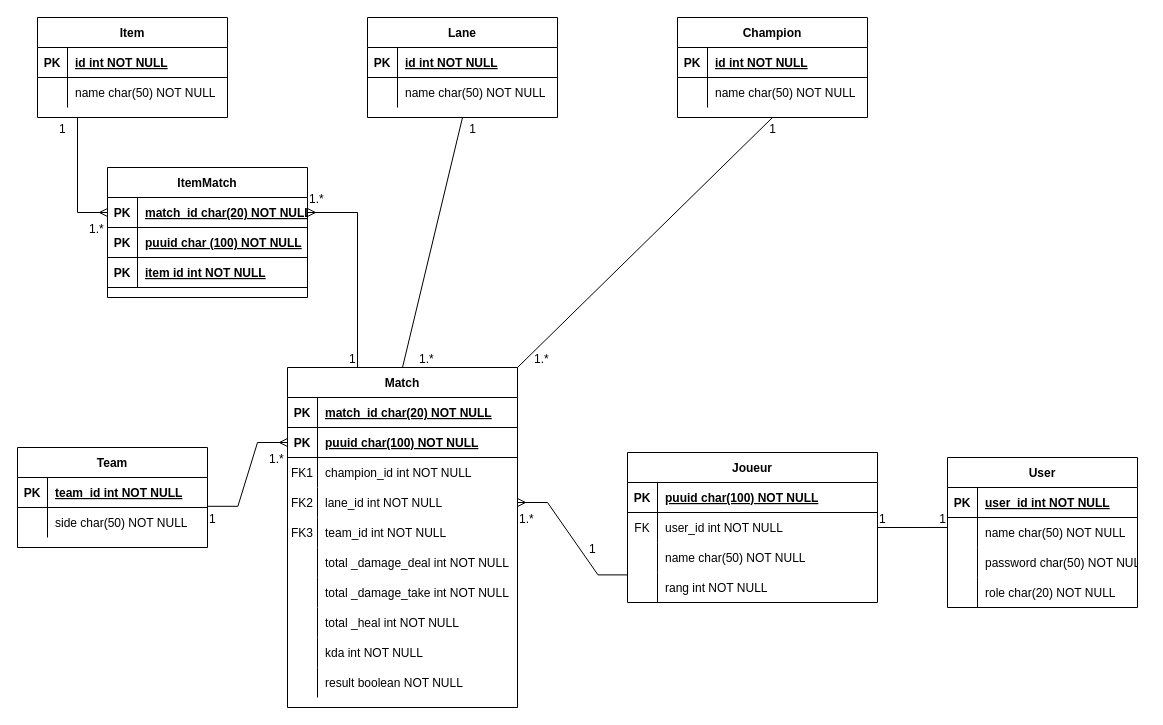
The draw.io diagram Image Prod/Diagramme de donnees.drawio in Niyo-D-JC/HelpWork, before the edit. Source tidied: cells renumbered, new cells numbered last; positions are measured from the earlier drawing's top-left corner, leaving out a move shared by most shapes. Both pictures are drawn from the tidied source at 100%, with x=0, y=0 at pixel (17, 17).
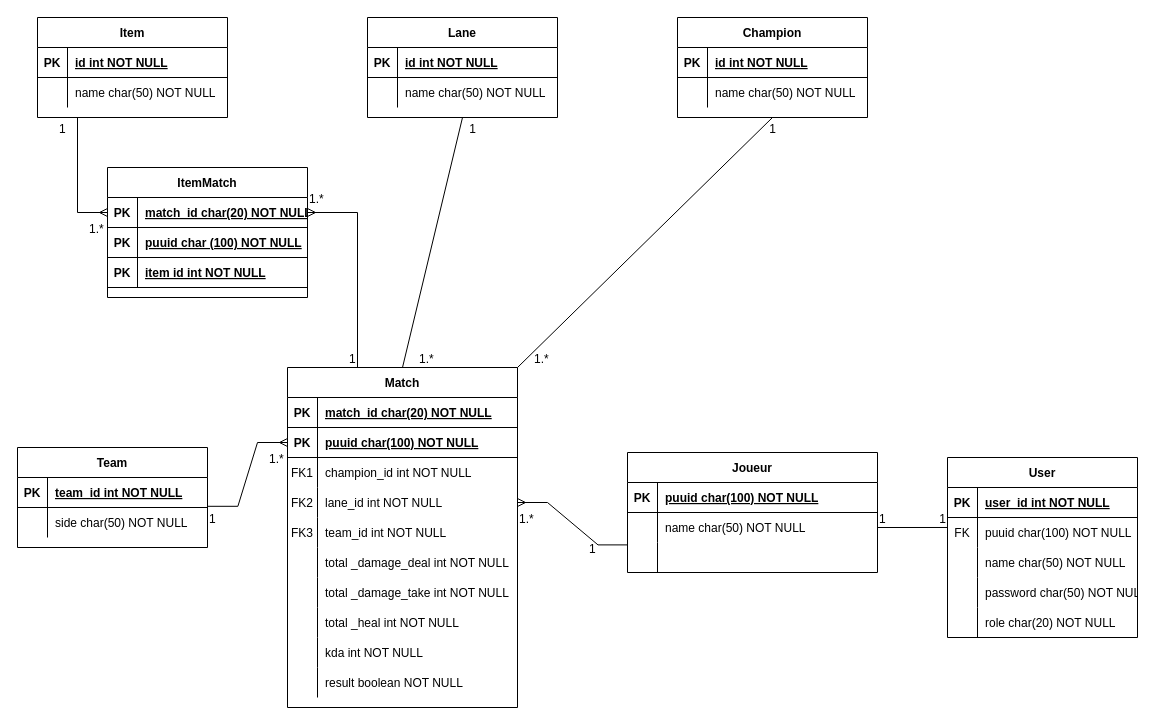
The same page after the edit.

Commit message:
Mettre à jour Diagramme de donnees.drawio

The change refers to these unchanged cells:
```xml
<mxCell id="26" style="shape=partialRectangle;fillColor=none;points=[[0,0.5],[1,0.5]];portConstraint=eastwest;top=0;left=0;right=0;bottom=0;" parent="22" vertex="1">
  <mxGeometry y="60" width="190" height="30" as="geometry" />
</mxCell>
```

What changed in the source:
```diff
@@
     <mxCell id="2" value="Joueur" style="shape=table;startSize=30;childLayout=tableLayout;rowLines=0;fontStyle=1;align=center;" parent="1" vertex="1">
-      <mxGeometry x="610" y="435" width="250" height="150" as="geometry" />
+      <mxGeometry x="610" y="435" width="250" height="120" as="geometry" />
     </mxCell>
@@
-    <mxCell id="6" style="shape=partialRectangle;fillColor=none;points=[[0,0.5],[1,0.5]];portConstraint=eastwest;top=0;left=0;right=0;bottom=0;" parent="2" vertex="1">
-      <mxGeometry y="60" width="250" height="30" as="geometry" />
-    </mxCell>
-    <mxCell id="7" value="FK" style="shape=partialRectangle;overflow=hidden;fillColor=none;top=0;left=0;bottom=0;right=0;" parent="6" vertex="1">
-      <mxGeometry width="30" height="30" as="geometry" />
-    </mxCell>
-    <mxCell id="8" value="user_id int NOT NULL" style="shape=partialRectangle;overflow=hidden;fillColor=none;top=0;left=0;bottom=0;right=0;align=left;spacingLeft=6;" parent="6" vertex="1">
-      <mxGeometry x="30" width="220" height="30" as="geometry" />
-    </mxCell>
     <mxCell id="9" style="shape=partialRectangle;fillColor=none;top=0;left=0;right=0;bottom=0;" parent="2" vertex="1">
-      <mxGeometry y="90" width="250" height="30" as="geometry" />
+      <mxGeometry y="60" width="250" height="30" as="geometry" />
     </mxCell>
@@
     <mxCell id="12" style="shape=partialRectangle;fillColor=none;points=[[0,0.5],[1,0.5]];portConstraint=eastwest;top=0;left=0;right=0;bottom=0;" parent="2" vertex="1">
-      <mxGeometry y="120" width="250" height="30" as="geometry" />
+      <mxGeometry y="90" width="250" height="30" as="geometry" />
     </mxCell>
@@
-    <mxCell id="14" value="rang int NOT NULL" style="shape=partialRectangle;overflow=hidden;fillColor=none;top=0;left=0;bottom=0;right=0;align=left;spacingLeft=6;" parent="12" vertex="1">
+    <mxCell id="14" style="shape=partialRectangle;overflow=hidden;fillColor=none;top=0;left=0;bottom=0;right=0;align=left;spacingLeft=6;" parent="12" vertex="1">
       <mxGeometry x="30" width="220" height="30" as="geometry" />
     </mxCell>
@@
     <mxCell id="22" value="User" style="shape=table;startSize=30;childLayout=tableLayout;rowLines=0;fontStyle=1;align=center;" parent="1" vertex="1">
-      <mxGeometry x="930" y="440" width="190" height="150" as="geometry" />
+      <mxGeometry x="930" y="440" width="190" height="180" as="geometry" />
     </mxCell>
@@
-    <mxCell id="27" style="shape=partialRectangle;overflow=hidden;fillColor=none;top=0;left=0;bottom=0;right=0;" parent="26" vertex="1">
+    <mxCell id="27" value="FK" style="shape=partialRectangle;overflow=hidden;fillColor=none;top=0;left=0;bottom=0;right=0;" parent="26" vertex="1">
       <mxGeometry width="30" height="30" as="geometry" />
     </mxCell>
-    <mxCell id="28" value="name char(50) NOT NULL" style="shape=partialRectangle;overflow=hidden;fillColor=none;top=0;left=0;bottom=0;right=0;align=left;spacingLeft=6;" parent="26" vertex="1">
+    <mxCell id="28" value="puuid char(100) NOT NULL" style="shape=partialRectangle;overflow=hidden;fillColor=none;top=0;left=0;bottom=0;right=0;align=left;spacingLeft=6;" parent="26" vertex="1">
       <mxGeometry x="30" width="160" height="30" as="geometry" />
     </mxCell>
+    <mxCell id="119" style="shape=partialRectangle;fillColor=none;top=0;left=0;right=0;bottom=0;" parent="22" vertex="1">
+      <mxGeometry y="90" width="190" height="30" as="geometry" />
+    </mxCell>
+    <mxCell id="120" style="shape=partialRectangle;overflow=hidden;fillColor=none;top=0;left=0;bottom=0;right=0;" parent="119" vertex="1">
+      <mxGeometry width="30" height="30" as="geometry" />
+    </mxCell>
+    <mxCell id="121" value="name char(50) NOT NULL" style="shape=partialRectangle;overflow=hidden;fillColor=none;top=0;left=0;bottom=0;right=0;align=left;spacingLeft=6;" parent="119" vertex="1">
+      <mxGeometry x="30" width="160" height="30" as="geometry" />
+    </mxCell>
     <mxCell id="29" style="shape=partialRectangle;fillColor=none;top=0;left=0;right=0;bottom=0;" parent="22" vertex="1">
-      <mxGeometry y="90" width="190" height="30" as="geometry" />
+      <mxGeometry y="120" width="190" height="30" as="geometry" />
     </mxCell>
@@
     <mxCell id="32" style="shape=partialRectangle;fillColor=none;top=0;left=0;right=0;bottom=0;" parent="22" vertex="1">
-      <mxGeometry y="120" width="190" height="30" as="geometry" />
+      <mxGeometry y="150" width="190" height="30" as="geometry" />
     </mxCell>
@@
-    <mxCell id="35" style="endArrow=none;html=1;rounded=0;entryX=0;entryY=0.333;entryDx=0;entryDy=0;exitX=1;exitY=0.5;exitDx=0;exitDy=0;entryPerimeter=0;" parent="1" edge="1" source="6" target="26">
-      <mxGeometry relative="1" as="geometry" />
+    <mxCell id="35" style="endArrow=none;html=1;rounded=0;entryX=0;entryY=0.333;entryDx=0;entryDy=0;exitX=1;exitY=0.5;exitDx=0;exitDy=0;entryPerimeter=0;" parent="1" edge="1" target="26">
+      <mxGeometry relative="1" as="geometry">
+        <mxPoint x="860" y="510" as="sourcePoint" />
+      </mxGeometry>
     </mxCell>
```
